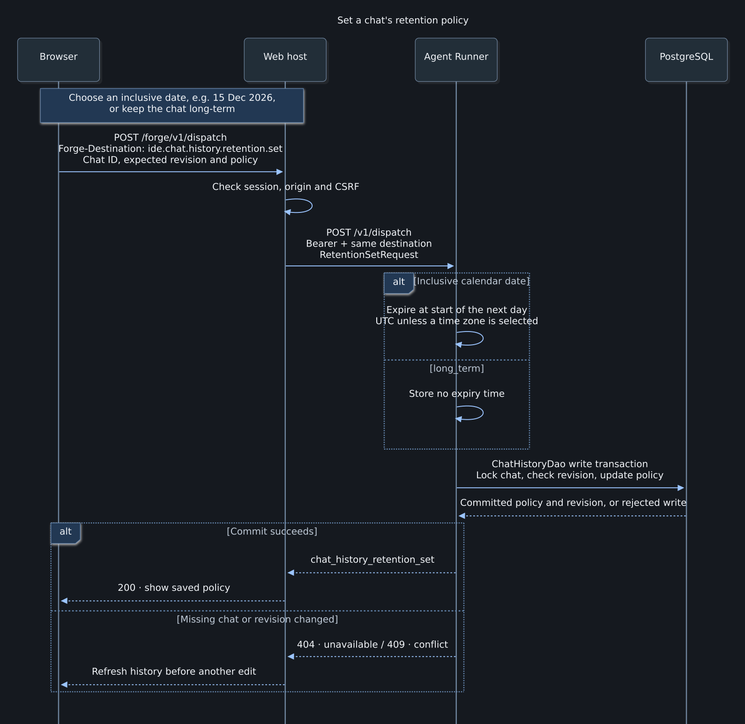
roachmaster/homelab keeps this Mermaid diagram as src/rust/forge-ide-web-host/design/chat-history-retention.png. Above is the earlier version. Its source is kept beside it as src/rust/forge-ide-web-host/design/chat-history-retention.mmd. The source it was exported from:
```mermaid
---
title: Set a chat's retention policy
---
%%{init: {"theme":"dark","themeVariables":{"fontFamily":"DejaVu Sans","background":"#15191f","actorBkg":"#242d38","actorBorder":"#6e849d","actorLine":"#526171","noteBkg":"#243952","noteBorderColor":"#6283aa","primaryTextColor":"#f1f4f8","textColor":"#f1f4f8","lineColor":"#9bc4ff","edgeLabelBackground":"#15191f","clusterBorder":"#647a90","actorTextColor":"#f1f4f8","actorLineColor":"#6e849d","signalColor":"#9bc4ff","signalTextColor":"#f1f4f8","labelBoxBkgColor":"#243952","labelBoxBorderColor":"#6283aa","labelTextColor":"#f1f4f8","loopTextColor":"#bec9d6","noteBkgColor":"#243952","noteTextColor":"#f1f4f8"},"sequence":{"mirrorActors":false,"useMaxWidth":false,"actorMargin":62,"boxMargin":12,"messageMargin":25,"diagramMarginX":30,"diagramMarginY":25,"width":140,"wrap":false}}}%%
sequenceDiagram
    participant B as Browser
    participant H as Web host
    participant R as Agent Runner
    participant P as PostgreSQL

    Note over B,H: Choose an inclusive date, e.g. 15 Dec 2026,<br/>or keep the chat long-term
    B->>H: POST /forge/v1/dispatch<br/>Forge-Destination: ide.chat.history.retention.set<br/>Chat ID, expected revision and policy
    H->>H: Check session, origin and CSRF
    H->>R: POST /v1/dispatch<br/>Bearer + same destination<br/>RetentionSetRequest
    alt Inclusive calendar date
        R->>R: Expire at start of the next day<br/>UTC unless a time zone is selected
    else long_term
        R->>R: Store no expiry time
    end
    R->>P: ChatHistoryDao write transaction<br/>Lock chat, check revision, update policy
    P-->>R: Committed policy and revision, or rejected write
    alt Commit succeeds
        R-->>H: chat_history_retention_set
        H-->>B: 200 · show saved policy
    else Missing chat or revision changed
        R-->>H: 404 · unavailable / 409 · conflict
        H-->>B: Refresh history before another edit
    end
```
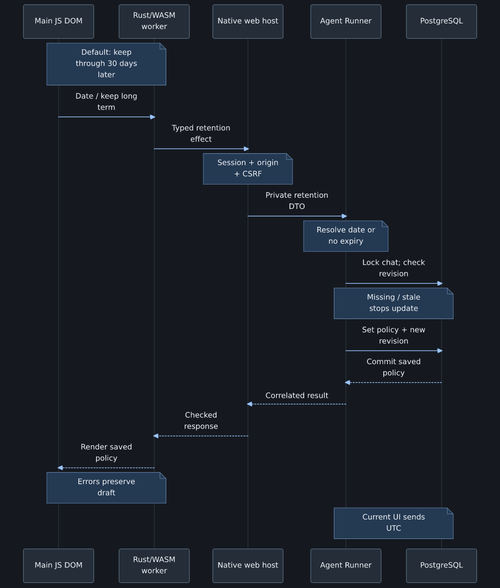
After the commit.

The edit, as a diff of the source:
```diff
@@ -1,28 +1,22 @@
----
-title: Set a chat's retention policy
----
-%%{init: {"theme":"dark","themeVariables":{"fontFamily":"DejaVu Sans","background":"#15191f","actorBkg":"#242d38","actorBorder":"#6e849d","actorLine":"#526171","noteBkg":"#243952","noteBorderColor":"#6283aa","primaryTextColor":"#f1f4f8","textColor":"#f1f4f8","lineColor":"#9bc4ff","edgeLabelBackground":"#15191f","clusterBorder":"#647a90","actorTextColor":"#f1f4f8","actorLineColor":"#6e849d","signalColor":"#9bc4ff","signalTextColor":"#f1f4f8","labelBoxBkgColor":"#243952","labelBoxBorderColor":"#6283aa","labelTextColor":"#f1f4f8","loopTextColor":"#bec9d6","noteBkgColor":"#243952","noteTextColor":"#f1f4f8"},"sequence":{"mirrorActors":false,"useMaxWidth":false,"actorMargin":62,"boxMargin":12,"messageMargin":25,"diagramMarginX":30,"diagramMarginY":25,"width":140,"wrap":false}}}%%
+%%{init: {"theme":"dark","themeVariables":{"fontFamily":"DejaVu Sans","background":"#15191f","actorBkg":"#242d38","actorBorder":"#6e849d","actorLine":"#526171","noteBkg":"#243952","noteBorderColor":"#6283aa","primaryTextColor":"#f1f4f8","textColor":"#f1f4f8","lineColor":"#9bc4ff","edgeLabelBackground":"#15191f","clusterBorder":"#647a90","actorTextColor":"#f1f4f8","actorLineColor":"#6e849d","signalColor":"#9bc4ff","signalTextColor":"#f1f4f8","labelBoxBkgColor":"#243952","labelBoxBorderColor":"#6283aa","labelTextColor":"#f1f4f8","loopTextColor":"#bec9d6","noteBkgColor":"#243952","noteTextColor":"#f1f4f8"},"sequence":{"mirrorActors":false,"useMaxWidth":false,"actorMargin":62,"boxMargin":12,"messageMargin":40,"diagramMarginX":30,"diagramMarginY":25,"width":180,"wrap":false}}}%%
 sequenceDiagram
-    participant B as Browser
-    participant H as Web host
+    participant JS as Main JS DOM
+    participant W as Rust/WASM worker
+    participant H as Native web host
     participant R as Agent Runner
     participant P as PostgreSQL
-
-    Note over B,H: Choose an inclusive date, e.g. 15 Dec 2026,<br/>or keep the chat long-term
-    B->>H: POST /forge/v1/dispatch<br/>Forge-Destination: ide.chat.history.retention.set<br/>Chat ID, expected revision and policy
-    H->>H: Check session, origin and CSRF
-    H->>R: POST /v1/dispatch<br/>Bearer + same destination<br/>RetentionSetRequest
-    alt Inclusive calendar date
-        R->>R: Expire at start of the next day<br/>UTC unless a time zone is selected
-    else long_term
-        R->>R: Store no expiry time
-    end
-    R->>P: ChatHistoryDao write transaction<br/>Lock chat, check revision, update policy
-    P-->>R: Committed policy and revision, or rejected write
-    alt Commit succeeds
-        R-->>H: chat_history_retention_set
-        H-->>B: 200 · show saved policy
-    else Missing chat or revision changed
-        R-->>H: 404 · unavailable / 409 · conflict
-        H-->>B: Refresh history before another edit
-    end
+    Note over JS,W: Default: keep through 30 days later
+    JS->>W: Date / keep long term
+    W->>H: Typed retention effect
+    Note over H: Session + origin + CSRF
+    H->>R: Private retention DTO
+    Note over R: Resolve date or no expiry
+    R->>P: Lock chat; check revision
+    Note over R,P: Missing / stale stops update
+    R->>P: Set policy + new revision
+    P-->>R: Commit saved policy
+    R-->>H: Correlated result
+    H-->>W: Checked response
+    W-->>JS: Render saved policy
+    Note over JS,W: Errors preserve draft
+    Note over R,P: Current UI sends UTC
```
